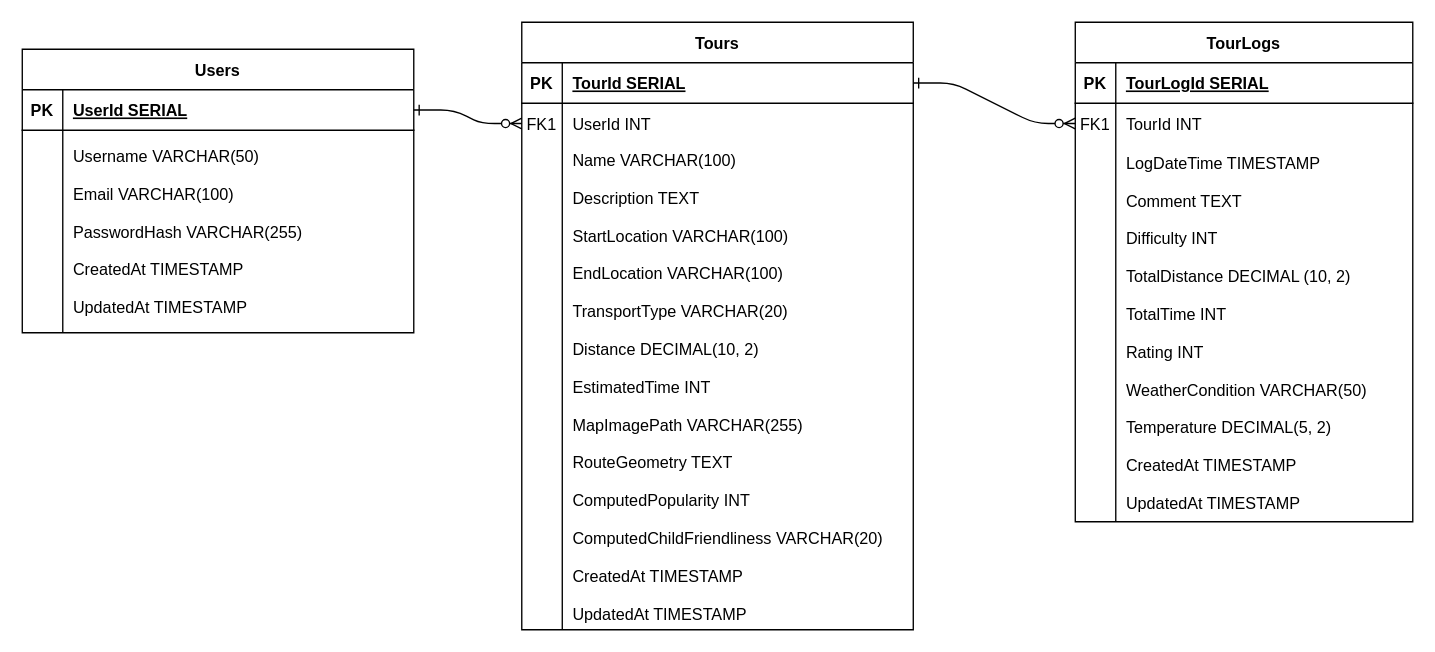
This is docs/database/ERM.drawio from BIOApfelsaft/SWEN2_Tour_Planner, a draw.io file, before an edit. Source tidied: cells renumbered, new cells numbered last; positions are measured from the earlier drawing's top-left corner, leaving out a move shared by most shapes. Both pictures are drawn from the tidied source at 135%, with x=0, y=0 at pixel (22, 22).
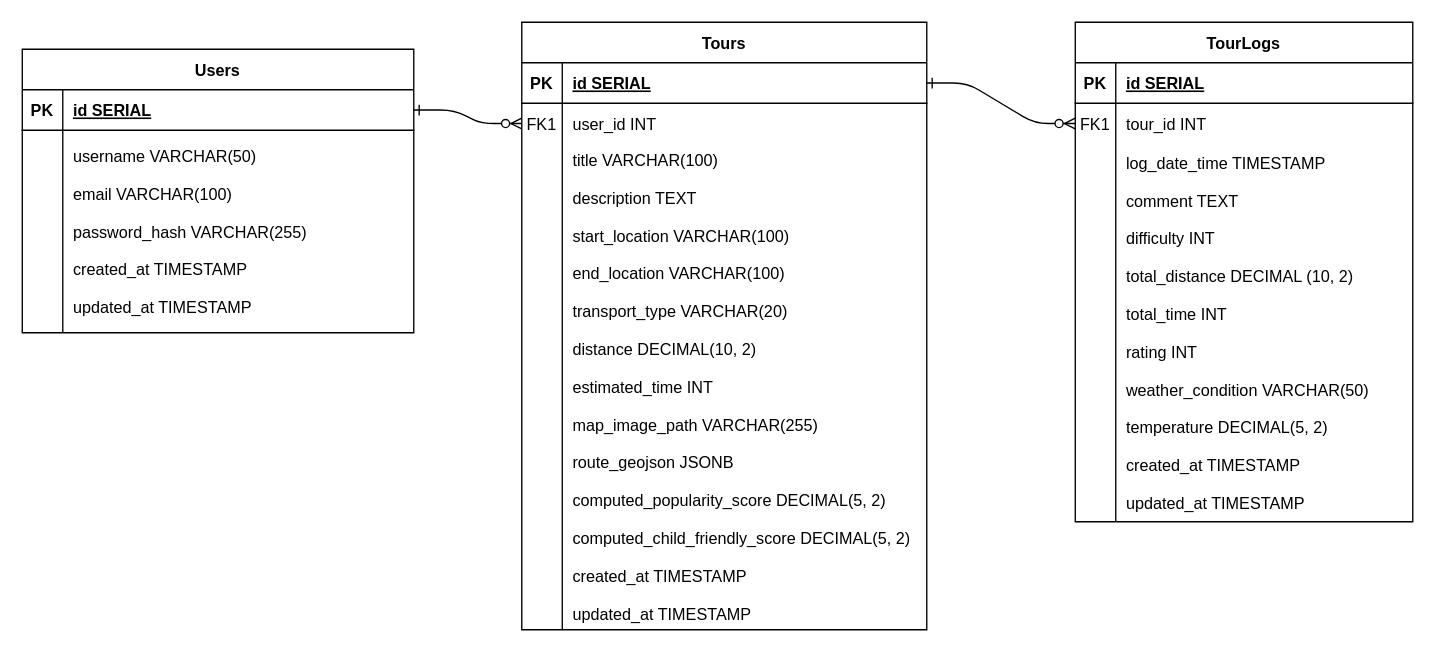
The same diagram, later.

The change refers to these unchanged cells:
```xml
<mxCell id="15" style="shape=partialRectangle;fillColor=none;top=0;left=0;right=0;bottom=1;" parent="14" vertex="1">
  <mxGeometry y="30" width="250" height="30" as="geometry" />
</mxCell>
<mxCell id="18" style="shape=partialRectangle;fillColor=none;points=[[0,0.5],[1,0.5]];portConstraint=eastwest;top=0;left=0;right=0;bottom=0;" parent="14" vertex="1">
  <mxGeometry y="60" width="250" height="30" as="geometry" />
</mxCell>
<mxCell id="21" style="shape=partialRectangle;fillColor=none;top=0;left=0;right=0;bottom=0;" parent="14" vertex="1">
  <mxGeometry y="90" width="250" height="280" as="geometry" />
</mxCell>
<mxCell id="25" style="shape=partialRectangle;fillColor=none;points=[[0,0.5],[1,0.5]];portConstraint=eastwest;top=0;left=0;right=0;bottom=1;" parent="24" vertex="1">
  <mxGeometry y="30" width="290" height="30" as="geometry" />
</mxCell>
<mxCell id="28" style="shape=partialRectangle;fillColor=none;top=0;left=0;right=0;bottom=0;" parent="24" vertex="1">
  <mxGeometry y="60" width="290" height="150" as="geometry" />
</mxCell>
```

The edit, as a diff of the source:
```diff
@@
     <mxCell id="4" value="Tours" style="shape=table;startSize=30;childLayout=tableLayout;rowLines=0;fontStyle=1;align=center;" parent="1" vertex="1">
-      <mxGeometry x="370" width="290" height="450" as="geometry" />
+      <mxGeometry x="370" width="300" height="450" as="geometry" />
     </mxCell>
     <mxCell id="5" style="shape=partialRectangle;fillColor=none;points=[[0,0.5],[1,0.5]];portConstraint=eastwest;top=0;left=0;right=0;bottom=1;" parent="4" vertex="1">
-      <mxGeometry y="30" width="290" height="30" as="geometry" />
+      <mxGeometry y="30" width="300" height="30" as="geometry" />
     </mxCell>
@@
-    <mxCell id="7" value="TourId SERIAL" style="shape=partialRectangle;overflow=hidden;fillColor=none;top=0;left=0;bottom=0;right=0;align=left;spacingLeft=6;fontStyle=5;" parent="5" vertex="1">
-      <mxGeometry x="30" width="260" height="30" as="geometry" />
+    <mxCell id="7" value="id SERIAL" style="shape=partialRectangle;overflow=hidden;fillColor=none;top=0;left=0;bottom=0;right=0;align=left;spacingLeft=6;fontStyle=5;" parent="5" vertex="1">
+      <mxGeometry x="30" width="270" height="30" as="geometry" />
     </mxCell>
     <mxCell id="8" style="shape=partialRectangle;fillColor=none;points=[[0,0.5],[1,0.5]];portConstraint=eastwest;top=0;left=0;right=0;bottom=0;" parent="4" vertex="1">
-      <mxGeometry y="60" width="290" height="30" as="geometry" />
+      <mxGeometry y="60" width="300" height="30" as="geometry" />
     </mxCell>
@@
-    <mxCell id="10" value="UserId INT" style="shape=partialRectangle;overflow=hidden;fillColor=none;top=0;left=0;bottom=0;right=0;align=left;spacingLeft=6;" parent="8" vertex="1">
-      <mxGeometry x="30" width="260" height="30" as="geometry" />
+    <mxCell id="10" value="user_id INT" style="shape=partialRectangle;overflow=hidden;fillColor=none;top=0;left=0;bottom=0;right=0;align=left;spacingLeft=6;" parent="8" vertex="1">
+      <mxGeometry x="30" width="270" height="30" as="geometry" />
     </mxCell>
     <mxCell id="11" style="shape=partialRectangle;fillColor=none;top=0;left=0;right=0;bottom=0;" parent="4" vertex="1">
-      <mxGeometry y="90" width="290" height="360" as="geometry" />
+      <mxGeometry y="90" width="300" height="360" as="geometry" />
     </mxCell>
@@
-    <mxCell id="13" value="Name VARCHAR(100)&#10;&#10;Description TEXT&#10;&#10;StartLocation VARCHAR(100)&#10;&#10;EndLocation VARCHAR(100)&#10;&#10;TransportType VARCHAR(20)&#10;&#10;Distance DECIMAL(10, 2)&#10;&#10;EstimatedTime INT&#10;&#10;MapImagePath VARCHAR(255)&#10;&#10;RouteGeometry TEXT&#10;&#10;ComputedPopularity INT&#10;&#10;ComputedChildFriendliness VARCHAR(20)&#10;&#10;CreatedAt TIMESTAMP&#10;&#10;UpdatedAt TIMESTAMP" style="shape=partialRectangle;overflow=hidden;fillColor=none;top=0;left=0;bottom=0;right=0;align=left;spacingLeft=6;" parent="11" vertex="1">
-      <mxGeometry x="30" width="260" height="360" as="geometry" />
+    <mxCell id="13" value="title VARCHAR(100)&#10;&#10;description TEXT&#10;&#10;start_location VARCHAR(100)&#10;&#10;end_location VARCHAR(100)&#10;&#10;transport_type VARCHAR(20)&#10;&#10;distance DECIMAL(10, 2)&#10;&#10;estimated_time INT&#10;&#10;map_image_path VARCHAR(255)&#10;&#10;route_geojson JSONB&#10;&#10;computed_popularity_score DECIMAL(5, 2)&#10;&#10;computed_child_friendly_score DECIMAL(5, 2)&#10;&#10;created_at TIMESTAMP&#10;&#10;updated_at TIMESTAMP" style="shape=partialRectangle;overflow=hidden;fillColor=none;top=0;left=0;bottom=0;right=0;align=left;spacingLeft=6;" parent="11" vertex="1">
+      <mxGeometry x="30" width="270" height="360" as="geometry" />
     </mxCell>
@@
-    <mxCell id="17" value="TourLogId SERIAL" style="shape=partialRectangle;overflow=hidden;fillColor=none;top=0;left=0;bottom=0;right=0;align=left;spacingLeft=6;fontStyle=5;" parent="15" vertex="1">
+    <mxCell id="17" value="id SERIAL" style="shape=partialRectangle;overflow=hidden;fillColor=none;top=0;left=0;bottom=0;right=0;align=left;spacingLeft=6;fontStyle=5;" parent="15" vertex="1">
       <mxGeometry x="30" width="220" height="30" as="geometry" />
     </mxCell>
@@
-    <mxCell id="20" value="TourId INT" style="shape=partialRectangle;overflow=hidden;fillColor=none;top=0;left=0;bottom=0;right=0;align=left;spacingLeft=6;" parent="18" vertex="1">
+    <mxCell id="20" value="tour_id INT" style="shape=partialRectangle;overflow=hidden;fillColor=none;top=0;left=0;bottom=0;right=0;align=left;spacingLeft=6;" parent="18" vertex="1">
       <mxGeometry x="30" width="220" height="30" as="geometry" />
     </mxCell>
@@
-    <mxCell id="23" value="LogDateTime TIMESTAMP&#10;&#10;Comment TEXT&#10;&#10;Difficulty INT&#10;&#10;TotalDistance DECIMAL (10, 2)&#10;&#10;TotalTime INT&#10;&#10;Rating INT&#10;&#10;WeatherCondition VARCHAR(50)&#10;&#10;Temperature DECIMAL(5, 2)&#10;&#10;CreatedAt TIMESTAMP&#10;&#10;UpdatedAt TIMESTAMP" style="shape=partialRectangle;overflow=hidden;fillColor=none;top=0;left=0;bottom=0;right=0;align=left;spacingLeft=6;" parent="21" vertex="1">
+    <mxCell id="23" value="log_date_time TIMESTAMP&#10;&#10;comment TEXT&#10;&#10;difficulty INT&#10;&#10;total_distance DECIMAL (10, 2)&#10;&#10;total_time INT&#10;&#10;rating INT&#10;&#10;weather_condition VARCHAR(50)&#10;&#10;temperature DECIMAL(5, 2)&#10;&#10;created_at TIMESTAMP&#10;&#10;updated_at TIMESTAMP" style="shape=partialRectangle;overflow=hidden;fillColor=none;top=0;left=0;bottom=0;right=0;align=left;spacingLeft=6;" parent="21" vertex="1">
       <mxGeometry x="30" width="220" height="280" as="geometry" />
     </mxCell>
@@
-    <mxCell id="27" value="UserId SERIAL" style="shape=partialRectangle;overflow=hidden;fillColor=none;top=0;left=0;bottom=0;right=0;align=left;spacingLeft=6;fontStyle=5;" parent="25" vertex="1">
+    <mxCell id="27" value="id SERIAL" style="shape=partialRectangle;overflow=hidden;fillColor=none;top=0;left=0;bottom=0;right=0;align=left;spacingLeft=6;fontStyle=5;" parent="25" vertex="1">
       <mxGeometry x="30" width="260" height="30" as="geometry" />
     </mxCell>
@@
-    <mxCell id="30" value="Username VARCHAR(50)&#10;&#10;Email VARCHAR(100)&#10;&#10;PasswordHash VARCHAR(255)&#10;&#10;CreatedAt TIMESTAMP&#10;&#10;UpdatedAt TIMESTAMP" style="shape=partialRectangle;overflow=hidden;fillColor=none;top=0;left=0;bottom=0;right=0;align=left;spacingLeft=6;" parent="28" vertex="1">
+    <mxCell id="30" value="username VARCHAR(50)&#10;&#10;email VARCHAR(100)&#10;&#10;password_hash VARCHAR(255)&#10;&#10;created_at TIMESTAMP&#10;&#10;updated_at TIMESTAMP" style="shape=partialRectangle;overflow=hidden;fillColor=none;top=0;left=0;bottom=0;right=0;align=left;spacingLeft=6;" parent="28" vertex="1">
       <mxGeometry x="30" width="260" height="150" as="geometry" />
     </mxCell>
```
